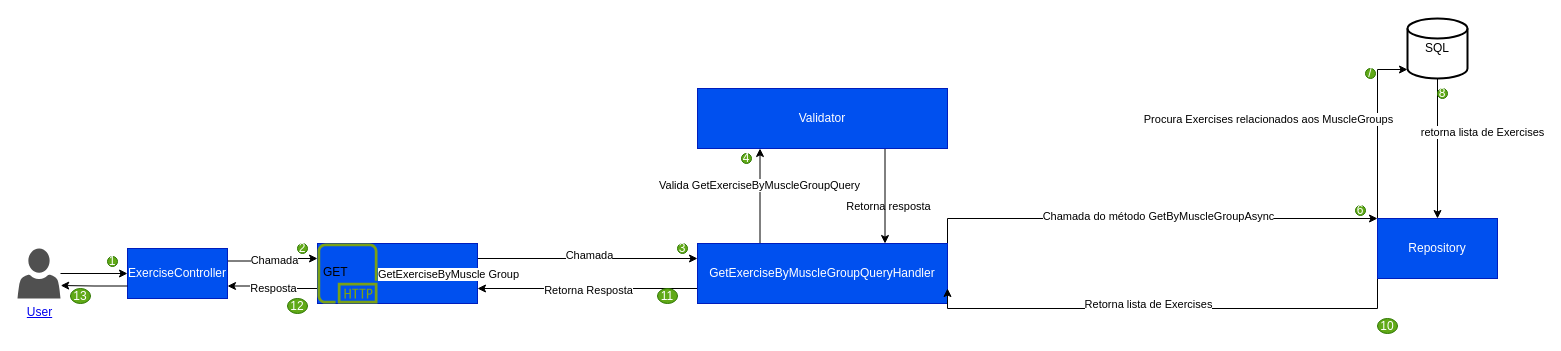
Before: page "TrainingService/Exercises/GetExerciseById" (22 of 28) of Architecture.drawio in AlanEdward19/ShapeUp, a draw.io diagram. Source tidied: cells renumbered, new cells numbered last; positions are measured from the earlier drawing's top-left corner, leaving out a move shared by most shapes. Both pictures are drawn from the tidied source at 100%, with x=0, y=0 at pixel (17, 18).
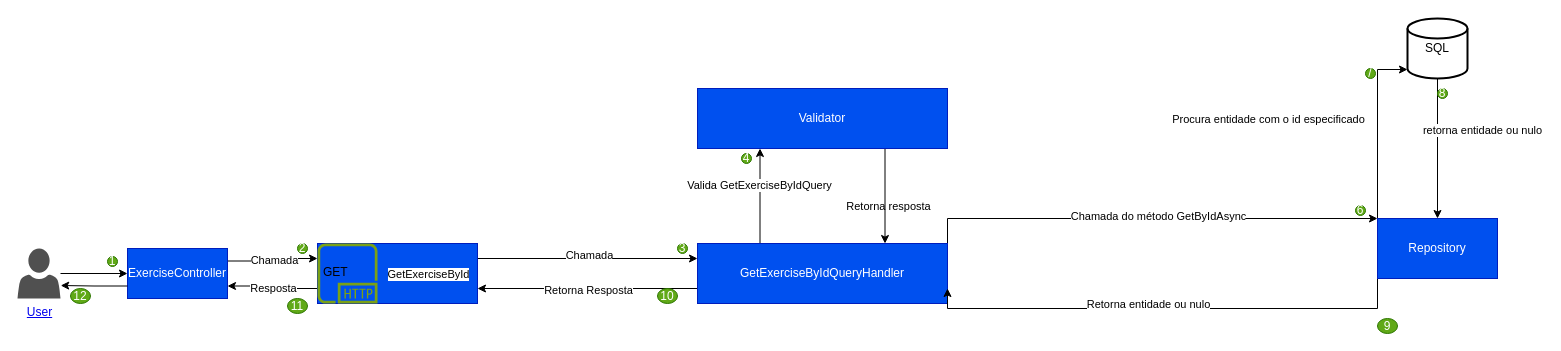
The same diagram, later.

The change refers to these unchanged cells:
```xml
<mxCell id="9" style="edgeStyle=orthogonalEdgeStyle;rounded=0;jettySize=auto;html=1;entryX=0;entryY=0.85;entryDx=0;entryDy=0;entryPerimeter=0;exitX=0;exitY=0;exitDx=0;exitDy=0;" parent="1" edge="1" source="30" target="8">
  <mxGeometry relative="1" as="geometry">
    <Array as="points">
      <mxPoint x="1360" y="51" />
    </Array>
  </mxGeometry>
</mxCell>
<mxCell id="13" style="edgeStyle=orthogonalEdgeStyle;rounded=0;jettySize=auto;html=1;exitX=1;exitY=0;exitDx=0;exitDy=0;entryX=0;entryY=0;entryDx=0;entryDy=0;" parent="1" edge="1" source="16" target="30">
  <mxGeometry relative="1" as="geometry">
    <Array as="points">
      <mxPoint x="930" y="200" />
    </Array>
  </mxGeometry>
</mxCell>
```

What changed in the source:
```diff
@@
-    <mxCell id="10" value="Procura Exercises relacionados aos MuscleGroups" style="edgeLabel;html=1;align=center;verticalAlign=middle;" parent="9" vertex="1">
+    <mxCell id="10" value="Procura entidade com o id especificado" style="edgeLabel;html=1;align=center;verticalAlign=middle;" parent="9" vertex="1">
       <mxGeometry x="-0.07" y="1" relative="1" as="geometry">
         <mxPoint x="-109" y="-17" as="offset" />
       </mxGeometry>
     </mxCell>
@@
-    <mxCell id="14" value="Chamada do método GetByMuscleGroupAsync" style="edgeLabel;html=1;align=center;verticalAlign=middle;" parent="13" vertex="1">
+    <mxCell id="14" value="Chamada do método GetByIdAsync" style="edgeLabel;html=1;align=center;verticalAlign=middle;" parent="13" vertex="1">
       <mxGeometry x="-0.21" y="-1" relative="1" as="geometry">
         <mxPoint x="55" y="-4" as="offset" />
       </mxGeometry>
     </mxCell>
@@
-    <mxCell id="16" value="GetExerciseByMuscleGroupQueryHandler" style="whiteSpace=wrap;html=1;fillColor=#0050ef;strokeColor=#001DBC;fontColor=#ffffff;" parent="1" vertex="1">
+    <mxCell id="16" value="GetExerciseByIdQueryHandler" style="whiteSpace=wrap;html=1;fillColor=#0050ef;strokeColor=#001DBC;fontColor=#ffffff;" parent="1" vertex="1">
       <mxGeometry x="680" y="225" width="250" height="60" as="geometry" />
     </mxCell>
@@
-    <mxCell id="32" value="10" style="ellipse;whiteSpace=wrap;html=1;fillColor=#60a917;fontColor=#ffffff;strokeColor=#2D7600;" parent="1" vertex="1">
+    <mxCell id="32" value="9" style="ellipse;whiteSpace=wrap;html=1;fillColor=#60a917;fontColor=#ffffff;strokeColor=#2D7600;" parent="1" vertex="1">
       <mxGeometry x="1360" y="300" width="20" height="15" as="geometry" />
     </mxCell>
-    <mxCell id="33" value="11" style="ellipse;whiteSpace=wrap;html=1;fillColor=#60a917;fontColor=#ffffff;strokeColor=#2D7600;" parent="1" vertex="1">
+    <mxCell id="33" value="10" style="ellipse;whiteSpace=wrap;html=1;fillColor=#60a917;fontColor=#ffffff;strokeColor=#2D7600;" parent="1" vertex="1">
       <mxGeometry x="640" y="270" width="20" height="15" as="geometry" />
     </mxCell>
-    <mxCell id="34" value="13" style="ellipse;whiteSpace=wrap;html=1;fillColor=#60a917;fontColor=#ffffff;strokeColor=#2D7600;" parent="1" vertex="1">
+    <mxCell id="34" value="12" style="ellipse;whiteSpace=wrap;html=1;fillColor=#60a917;fontColor=#ffffff;strokeColor=#2D7600;" parent="1" vertex="1">
       <mxGeometry x="53" y="270" width="20" height="15" as="geometry" />
     </mxCell>
@@
-    <mxCell id="36" value="retorna lista de Exercises" style="edgeLabel;html=1;align=center;verticalAlign=middle;" parent="1" vertex="1">
+    <mxCell id="36" value="retorna entidade ou nulo" style="edgeLabel;html=1;align=center;verticalAlign=middle;" parent="1" vertex="1">
       <mxGeometry x="1470" y="110" as="geometry">
-        <mxPoint x="-6" y="3" as="offset" />
+        <mxPoint x="-6" y="1" as="offset" />
       </mxGeometry>
     </mxCell>
-    <mxCell id="37" value="Retorna lista de Exercises" style="edgeLabel;html=1;align=center;verticalAlign=middle;" parent="1" vertex="1">
+    <mxCell id="37" value="Retorna entidade ou nulo" style="edgeLabel;html=1;align=center;verticalAlign=middle;" parent="1" vertex="1">
       <mxGeometry x="1130" y="285" as="geometry" />
     </mxCell>
-    <mxCell id="38" value="12" style="ellipse;whiteSpace=wrap;html=1;fillColor=#60a917;fontColor=#ffffff;strokeColor=#2D7600;" parent="1" vertex="1">
+    <mxCell id="38" value="11" style="ellipse;whiteSpace=wrap;html=1;fillColor=#60a917;fontColor=#ffffff;strokeColor=#2D7600;" parent="1" vertex="1">
       <mxGeometry x="270" y="280" width="20" height="15" as="geometry" />
     </mxCell>
@@
-    <mxCell id="40" value="GetExerciseByMuscle Group" style="edgeLabel;html=1;align=center;verticalAlign=middle;" parent="1" vertex="1">
-      <mxGeometry x="430" y="255" as="geometry" />
+    <mxCell id="40" value="GetExerciseById" style="edgeLabel;html=1;align=center;verticalAlign=middle;" parent="1" vertex="1">
+      <mxGeometry x="410" y="255" as="geometry" />
     </mxCell>
-    <mxCell id="41" value="Valida GetExerciseByMuscleGroupQuery" style="edgeLabel;html=1;align=center;verticalAlign=middle;" parent="1" vertex="1">
+    <mxCell id="41" value="Valida GetExerciseByIdQuery" style="edgeLabel;html=1;align=center;verticalAlign=middle;" parent="1" vertex="1">
       <mxGeometry x="741.5" y="166" as="geometry" />
     </mxCell>
```
